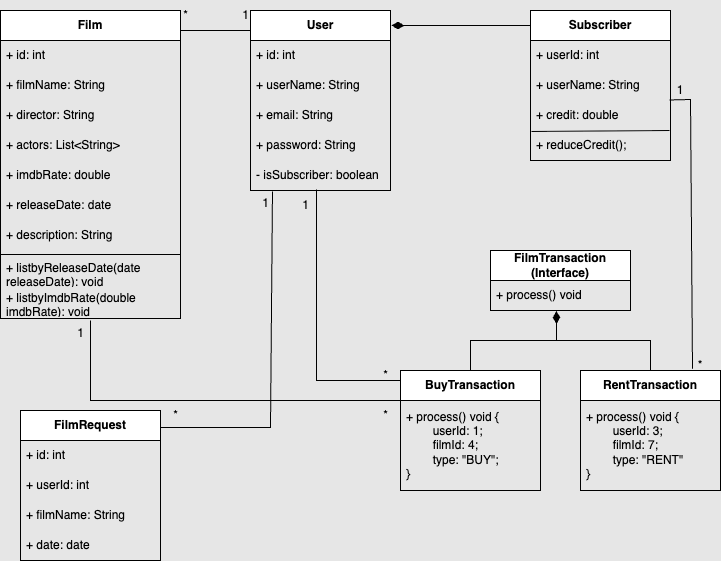
Earlier version of the draw.io export OnlineFilmService.drawio.png (Gundogduu/javaIntro2022). Source tidied: cells renumbered, new cells last; positions are measured from the earlier drawing's top-left corner, leaving out a move shared by most shapes. Source of this version:
```xml
<mxGraphModel background="#E6E6E6">
  <root>
    <mxCell id="0" />
    <mxCell id="1" parent="0" />
    <mxCell id="2" value="&lt;b&gt;User&lt;/b&gt;" style="swimlane;fontStyle=0;horizontal=1;startSize=30;whiteSpace=wrap;html=1;" parent="1" vertex="1">
      <mxGeometry x="250" y="10" width="140" height="180" as="geometry" />
    </mxCell>
    <mxCell id="3" value="+ id: int" style="text;strokeColor=none;fillColor=none;align=left;verticalAlign=middle;spacingLeft=4;spacingRight=4;overflow=hidden;whiteSpace=wrap;html=1;" parent="2" vertex="1">
      <mxGeometry y="30" width="140" height="30" as="geometry" />
    </mxCell>
    <mxCell id="4" value="+ userName: String" style="text;strokeColor=none;fillColor=none;align=left;verticalAlign=middle;spacingLeft=4;spacingRight=4;overflow=hidden;whiteSpace=wrap;html=1;" parent="2" vertex="1">
      <mxGeometry y="60" width="140" height="30" as="geometry" />
    </mxCell>
    <mxCell id="5" value="+ email: String" style="text;strokeColor=none;fillColor=none;align=left;verticalAlign=middle;spacingLeft=4;spacingRight=4;overflow=hidden;whiteSpace=wrap;html=1;" parent="2" vertex="1">
      <mxGeometry y="90" width="140" height="30" as="geometry" />
    </mxCell>
    <mxCell id="6" value="+ password: String" style="text;strokeColor=none;fillColor=none;align=left;verticalAlign=middle;spacingLeft=4;spacingRight=4;overflow=hidden;whiteSpace=wrap;html=1;" parent="2" vertex="1">
      <mxGeometry y="120" width="140" height="30" as="geometry" />
    </mxCell>
    <mxCell id="7" value="- isSubscriber: boolean" style="text;strokeColor=none;fillColor=none;align=left;verticalAlign=middle;spacingLeft=4;spacingRight=4;overflow=hidden;points=[[0,0.5],[1,0.5]];portConstraint=eastwest;whiteSpace=wrap;html=1;" parent="2" vertex="1">
      <mxGeometry y="150" width="140" height="30" as="geometry" />
    </mxCell>
    <mxCell id="8" value="&lt;b&gt;Subscriber&lt;/b&gt;" style="swimlane;fontStyle=0;horizontal=1;startSize=30;whiteSpace=wrap;html=1;" parent="1" vertex="1">
      <mxGeometry x="530" y="10" width="140" height="150" as="geometry" />
    </mxCell>
    <mxCell id="9" value="+ userId: int" style="text;strokeColor=none;fillColor=none;align=left;verticalAlign=middle;spacingLeft=4;spacingRight=4;overflow=hidden;whiteSpace=wrap;html=1;" parent="8" vertex="1">
      <mxGeometry y="30" width="140" height="30" as="geometry" />
    </mxCell>
    <mxCell id="10" value="+ userName: String" style="text;strokeColor=none;fillColor=none;align=left;verticalAlign=middle;spacingLeft=4;spacingRight=4;overflow=hidden;whiteSpace=wrap;html=1;" parent="8" vertex="1">
      <mxGeometry y="60" width="140" height="30" as="geometry" />
    </mxCell>
    <mxCell id="11" value="+ credit: double" style="text;strokeColor=none;fillColor=none;align=left;verticalAlign=middle;spacingLeft=4;spacingRight=4;overflow=hidden;points=[[0,0.5],[1,0.5]];portConstraint=eastwest;whiteSpace=wrap;html=1;" parent="8" vertex="1">
      <mxGeometry y="90" width="140" height="30" as="geometry" />
    </mxCell>
    <mxCell id="12" value="+ reduceCredit();" style="text;strokeColor=none;fillColor=none;align=left;verticalAlign=middle;spacingLeft=4;spacingRight=4;overflow=hidden;points=[[0,0.5],[1,0.5]];portConstraint=eastwest;whiteSpace=wrap;html=1;" parent="8" vertex="1">
      <mxGeometry y="120" width="140" height="30" as="geometry" />
    </mxCell>
    <mxCell id="13" style="edgeStyle=none;orthogonalLoop=1;jettySize=auto;html=1;rounded=0;entryX=0.993;entryY=0;entryDx=0;entryDy=0;entryPerimeter=0;exitX=0.007;exitY=0.033;exitDx=0;exitDy=0;exitPerimeter=0;endArrow=none;startFill=0;" parent="8" edge="1" source="12" target="12">
      <mxGeometry relative="1" as="geometry" />
    </mxCell>
    <mxCell id="14" style="edgeStyle=none;jettySize=auto;html=1;rounded=0;endArrow=none;startFill=1;startArrow=diamondThin;endSize=6;startSize=10;entryX=0;entryY=0.1;entryDx=0;entryDy=0;entryPerimeter=0;" parent="1" edge="1" target="8">
      <mxGeometry relative="1" as="geometry">
        <mxPoint x="391" y="25" as="sourcePoint" />
      </mxGeometry>
    </mxCell>
    <mxCell id="15" value="&lt;b&gt;Film&lt;/b&gt;" style="swimlane;fontStyle=0;horizontal=1;startSize=30;whiteSpace=wrap;html=1;" parent="1" vertex="1">
      <mxGeometry y="10" width="180" height="308" as="geometry" />
    </mxCell>
    <mxCell id="16" value="+ id: int" style="text;strokeColor=none;fillColor=none;align=left;verticalAlign=middle;spacingLeft=4;spacingRight=4;overflow=hidden;whiteSpace=wrap;html=1;" parent="15" vertex="1">
      <mxGeometry y="30" width="180" height="30" as="geometry" />
    </mxCell>
    <mxCell id="17" value="+ filmName: String" style="text;strokeColor=none;fillColor=none;align=left;verticalAlign=middle;spacingLeft=4;spacingRight=4;overflow=hidden;whiteSpace=wrap;html=1;" parent="15" vertex="1">
      <mxGeometry y="60" width="180" height="30" as="geometry" />
    </mxCell>
    <mxCell id="18" value="+ director: String" style="text;strokeColor=none;fillColor=none;align=left;verticalAlign=middle;spacingLeft=4;spacingRight=4;overflow=hidden;whiteSpace=wrap;html=1;" parent="15" vertex="1">
      <mxGeometry y="90" width="180" height="30" as="geometry" />
    </mxCell>
    <mxCell id="19" value="+ actors: List&amp;lt;String&amp;gt;" style="text;strokeColor=none;fillColor=none;align=left;verticalAlign=middle;spacingLeft=4;spacingRight=4;overflow=hidden;whiteSpace=wrap;html=1;" parent="15" vertex="1">
      <mxGeometry y="120" width="180" height="30" as="geometry" />
    </mxCell>
    <mxCell id="20" value="+ imdbRate: double" style="text;strokeColor=none;fillColor=none;align=left;verticalAlign=middle;spacingLeft=4;spacingRight=4;overflow=hidden;whiteSpace=wrap;html=1;" parent="15" vertex="1">
      <mxGeometry y="150" width="180" height="30" as="geometry" />
    </mxCell>
    <mxCell id="21" value="+ releaseDate: date" style="text;strokeColor=none;fillColor=none;align=left;verticalAlign=middle;spacingLeft=4;spacingRight=4;overflow=hidden;whiteSpace=wrap;html=1;" parent="15" vertex="1">
      <mxGeometry y="180" width="180" height="30" as="geometry" />
    </mxCell>
    <mxCell id="22" value="+ description: String" style="text;strokeColor=none;fillColor=none;align=left;verticalAlign=middle;spacingLeft=4;spacingRight=4;overflow=hidden;whiteSpace=wrap;html=1;" parent="15" vertex="1">
      <mxGeometry y="210" width="180" height="30" as="geometry" />
    </mxCell>
    <mxCell id="23" style="line;strokeWidth=1;fillColor=none;align=left;verticalAlign=middle;spacingTop=-1;spacingLeft=3;spacingRight=3;labelPosition=right;strokeColor=inherit;" parent="15" vertex="1">
      <mxGeometry y="240" width="180" height="8" as="geometry" />
    </mxCell>
    <mxCell id="24" value="+ listbyReleaseDate(date releaseDate): void" style="text;strokeColor=none;fillColor=none;align=left;verticalAlign=middle;spacingLeft=4;spacingRight=4;overflow=hidden;whiteSpace=wrap;html=1;" parent="15" vertex="1">
      <mxGeometry y="248" width="180" height="30" as="geometry" />
    </mxCell>
    <mxCell id="25" value="+ listbyImdbRate(double imdbRate): void" style="text;strokeColor=none;fillColor=none;align=left;verticalAlign=middle;spacingLeft=4;spacingRight=4;overflow=hidden;points=[[0,0.5],[1,0.5]];portConstraint=eastwest;whiteSpace=wrap;html=1;" parent="15" vertex="1">
      <mxGeometry y="278" width="180" height="30" as="geometry" />
    </mxCell>
    <mxCell id="26" style="edgeStyle=none;jettySize=auto;html=1;rounded=0;exitX=0.8;exitY=-0.015;exitDx=0;exitDy=0;entryX=0.993;entryY=-0.017;entryDx=0;entryDy=0;endArrow=none;startFill=0;entryPerimeter=0;exitPerimeter=0;" parent="1" edge="1" source="30" target="11">
      <mxGeometry relative="1" as="geometry">
        <Array as="points">
          <mxPoint x="690" y="99" />
        </Array>
      </mxGeometry>
    </mxCell>
    <mxCell id="27" value="1" style="text;html=1;align=center;verticalAlign=middle;whiteSpace=wrap;rounded=0;" parent="1" vertex="1">
      <mxGeometry x="670" y="80" width="20" height="20" as="geometry" />
    </mxCell>
    <mxCell id="28" value="&lt;b&gt;FilmTransaction (Interface)&lt;/b&gt;" style="swimlane;fontStyle=0;horizontal=1;startSize=30;whiteSpace=wrap;html=1;" parent="1" vertex="1">
      <mxGeometry x="490" y="250" width="140" height="60" as="geometry" />
    </mxCell>
    <mxCell id="29" value="+ process() void" style="text;strokeColor=none;fillColor=none;align=left;verticalAlign=middle;spacingLeft=4;spacingRight=4;overflow=hidden;points=[[0,0.5],[1,0.5]];portConstraint=eastwest;whiteSpace=wrap;html=1;" parent="28" vertex="1">
      <mxGeometry y="30" width="140" height="30" as="geometry" />
    </mxCell>
    <mxCell id="30" value="&lt;b&gt;RentTransaction&lt;/b&gt;" style="swimlane;fontStyle=0;horizontal=1;startSize=30;whiteSpace=wrap;html=1;" parent="1" vertex="1">
      <mxGeometry x="580" y="370" width="140" height="120" as="geometry" />
    </mxCell>
    <mxCell id="31" value="+ process() void {&lt;div&gt;&lt;span style=&quot;white-space: pre;&quot;&gt;&#9;&lt;/span&gt;userId: 3;&lt;/div&gt;&lt;div&gt;&lt;span style=&quot;white-space: pre;&quot;&gt;&#9;&lt;/span&gt;filmId: 7;&lt;br&gt;&lt;div&gt;&lt;span style=&quot;white-space: pre;&quot;&gt;&#9;&lt;/span&gt;type: &quot;RENT&quot;&lt;/div&gt;&lt;div&gt;}&lt;/div&gt;&lt;/div&gt;" style="text;strokeColor=none;fillColor=none;align=left;verticalAlign=middle;spacingLeft=4;spacingRight=4;overflow=hidden;whiteSpace=wrap;html=1;" parent="30" vertex="1">
      <mxGeometry y="30" width="140" height="90" as="geometry" />
    </mxCell>
    <mxCell id="32" value="&lt;b&gt;BuyTransaction&lt;/b&gt;" style="swimlane;fontStyle=0;horizontal=1;startSize=30;whiteSpace=wrap;html=1;" parent="1" vertex="1">
      <mxGeometry x="400" y="370" width="140" height="120" as="geometry" />
    </mxCell>
    <mxCell id="33" value="+ process() void {&lt;div&gt;&lt;span style=&quot;white-space: pre;&quot;&gt;&#9;&lt;/span&gt;userId: 1;&lt;/div&gt;&lt;div&gt;&lt;span style=&quot;white-space: pre;&quot;&gt;&#9;&lt;/span&gt;filmId: 4;&lt;br&gt;&lt;/div&gt;&lt;div&gt;&lt;span style=&quot;white-space: pre;&quot;&gt;&#9;&lt;/span&gt;type: &quot;BUY&quot;;&lt;/div&gt;&lt;div&gt;}&lt;/div&gt;" style="text;strokeColor=none;fillColor=none;align=left;verticalAlign=middle;spacingLeft=4;spacingRight=4;overflow=hidden;whiteSpace=wrap;html=1;" parent="32" vertex="1">
      <mxGeometry y="30" width="140" height="90" as="geometry" />
    </mxCell>
    <mxCell id="34" style="edgeStyle=none;jettySize=auto;html=1;rounded=0;entryX=0.471;entryY=1.017;entryDx=0;entryDy=0;entryPerimeter=0;endArrow=diamondThin;endFill=1;endSize=10;exitX=0.5;exitY=0;exitDx=0;exitDy=0;" parent="1" edge="1" source="32" target="29">
      <mxGeometry relative="1" as="geometry">
        <Array as="points">
          <mxPoint x="470" y="340" />
          <mxPoint x="520" y="340" />
          <mxPoint x="556" y="340" />
        </Array>
      </mxGeometry>
    </mxCell>
    <mxCell id="35" style="edgeStyle=none;jettySize=auto;html=1;rounded=0;exitX=0.5;exitY=0;exitDx=0;exitDy=0;endArrow=none;startFill=0;" parent="1" edge="1" source="30">
      <mxGeometry relative="1" as="geometry">
        <mxPoint x="550" y="340" as="targetPoint" />
        <Array as="points">
          <mxPoint x="650" y="340" />
        </Array>
      </mxGeometry>
    </mxCell>
    <mxCell id="36" value="1" style="text;html=1;align=center;verticalAlign=middle;strokeColor=none;fillColor=none;" parent="1" vertex="1">
      <mxGeometry x="290" y="190" width="30" height="30" as="geometry" />
    </mxCell>
    <mxCell id="37" style="edgeStyle=none;orthogonalLoop=1;jettySize=auto;html=1;rounded=0;endArrow=none;startFill=0;" parent="1" edge="1">
      <mxGeometry relative="1" as="geometry">
        <mxPoint x="180" y="30" as="sourcePoint" />
        <mxPoint x="250" y="30" as="targetPoint" />
      </mxGeometry>
    </mxCell>
    <mxCell id="38" value="*" style="text;html=1;align=center;verticalAlign=middle;strokeColor=none;fillColor=none;" parent="1" vertex="1">
      <mxGeometry x="170" width="30" height="30" as="geometry" />
    </mxCell>
    <mxCell id="39" value="1" style="text;html=1;align=center;verticalAlign=middle;strokeColor=none;fillColor=none;" parent="1" vertex="1">
      <mxGeometry x="230" width="30" height="30" as="geometry" />
    </mxCell>
    <mxCell id="40" style="edgeStyle=none;jettySize=auto;html=1;rounded=0;exitX=0.5;exitY=1.067;exitDx=0;exitDy=0;exitPerimeter=0;entryX=0;entryY=0.25;entryDx=0;entryDy=0;endArrow=none;startFill=0;" parent="1" edge="1" source="25" target="32">
      <mxGeometry relative="1" as="geometry">
        <Array as="points">
          <mxPoint x="90" y="383" />
          <mxPoint x="90" y="400" />
        </Array>
      </mxGeometry>
    </mxCell>
    <mxCell id="41" value="1" style="text;html=1;align=center;verticalAlign=middle;strokeColor=none;fillColor=none;" parent="1" vertex="1">
      <mxGeometry x="65" y="318" width="30" height="30" as="geometry" />
    </mxCell>
    <mxCell id="42" value="*" style="text;html=1;align=center;verticalAlign=middle;points=[];strokeColor=none;fillColor=none;" parent="1" vertex="1">
      <mxGeometry x="370" y="400" width="30" height="30" as="geometry" />
    </mxCell>
    <mxCell id="43" value="*" style="text;html=1;align=center;verticalAlign=middle;whiteSpace=wrap;rounded=0;" parent="1" vertex="1">
      <mxGeometry x="690" y="360" width="20" height="10" as="geometry" />
    </mxCell>
    <mxCell id="44" style="edgeStyle=none;orthogonalLoop=1;jettySize=auto;html=1;rounded=0;endArrow=none;startFill=0;" parent="1" edge="1">
      <mxGeometry relative="1" as="geometry">
        <mxPoint x="316" y="189" as="sourcePoint" />
        <mxPoint x="400" y="380" as="targetPoint" />
        <Array as="points">
          <mxPoint x="316" y="380" />
        </Array>
      </mxGeometry>
    </mxCell>
    <mxCell id="45" value="*" style="text;html=1;align=center;verticalAlign=middle;strokeColor=none;fillColor=none;" parent="1" vertex="1">
      <mxGeometry x="370" y="360" width="30" height="30" as="geometry" />
    </mxCell>
    <mxCell id="46" value="&lt;b&gt;FilmRequest&lt;/b&gt;" style="swimlane;fontStyle=0;horizontal=1;startSize=30;whiteSpace=wrap;html=1;" parent="1" vertex="1">
      <mxGeometry x="20" y="410" width="140" height="150" as="geometry" />
    </mxCell>
    <mxCell id="47" value="+ id: int" style="text;strokeColor=none;fillColor=none;align=left;verticalAlign=middle;spacingLeft=4;spacingRight=4;overflow=hidden;whiteSpace=wrap;html=1;" parent="46" vertex="1">
      <mxGeometry y="30" width="140" height="30" as="geometry" />
    </mxCell>
    <mxCell id="48" value="+ userId: int" style="text;strokeColor=none;fillColor=none;align=left;verticalAlign=middle;spacingLeft=4;spacingRight=4;overflow=hidden;whiteSpace=wrap;html=1;" parent="46" vertex="1">
      <mxGeometry y="60" width="140" height="30" as="geometry" />
    </mxCell>
    <mxCell id="49" value="+ filmName: String" style="text;strokeColor=none;fillColor=none;align=left;verticalAlign=middle;spacingLeft=4;spacingRight=4;overflow=hidden;whiteSpace=wrap;html=1;" parent="46" vertex="1">
      <mxGeometry y="90" width="140" height="30" as="geometry" />
    </mxCell>
    <mxCell id="50" value="+ date: date" style="text;strokeColor=none;fillColor=none;align=left;verticalAlign=middle;spacingLeft=4;spacingRight=4;overflow=hidden;whiteSpace=wrap;html=1;" parent="46" vertex="1">
      <mxGeometry y="120" width="140" height="30" as="geometry" />
    </mxCell>
    <mxCell id="51" style="edgeStyle=none;jettySize=auto;html=1;rounded=0;exitX=0.157;exitY=1.033;exitDx=0;exitDy=0;exitPerimeter=0;endArrow=none;startFill=0;" parent="1" edge="1" source="7">
      <mxGeometry relative="1" as="geometry">
        <mxPoint x="160" y="427" as="targetPoint" />
        <Array as="points">
          <mxPoint x="270" y="427" />
        </Array>
      </mxGeometry>
    </mxCell>
    <mxCell id="52" value="1" style="text;html=1;align=center;verticalAlign=middle;strokeColor=none;fillColor=none;" parent="1" vertex="1">
      <mxGeometry x="250" y="188" width="30" height="30" as="geometry" />
    </mxCell>
    <mxCell id="53" value="*" style="text;html=1;align=center;verticalAlign=middle;strokeColor=none;fillColor=none;" parent="1" vertex="1">
      <mxGeometry x="160" y="400" width="30" height="30" as="geometry" />
    </mxCell>
  </root>
</mxGraphModel>
```
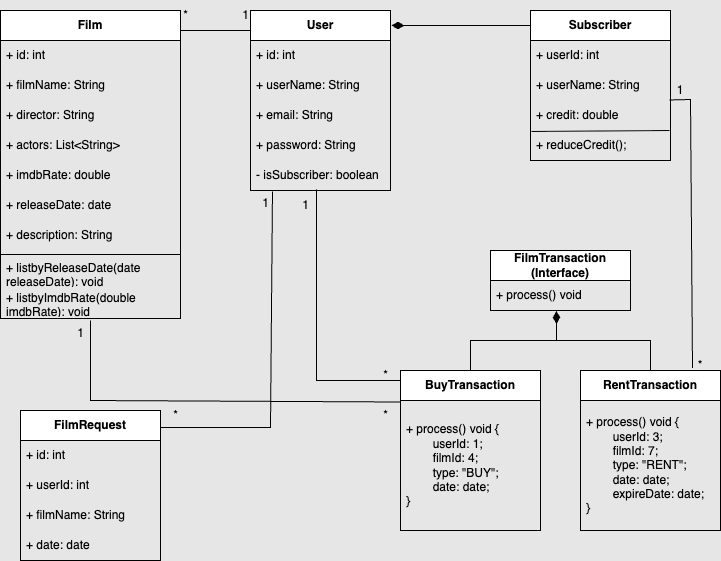
The same diagram one commit later.

Change to the diagram source:
```diff
@@ -93,16 +93,16 @@
       <mxGeometry y="30" width="140" height="30" as="geometry" />
     </mxCell>
     <mxCell id="30" value="&lt;b&gt;RentTransaction&lt;/b&gt;" style="swimlane;fontStyle=0;horizontal=1;startSize=30;whiteSpace=wrap;html=1;" parent="1" vertex="1">
-      <mxGeometry x="580" y="370" width="140" height="120" as="geometry" />
+      <mxGeometry x="580" y="370" width="140" height="160" as="geometry" />
     </mxCell>
-    <mxCell id="31" value="+ process() void {&lt;div&gt;&lt;span style=&quot;white-space: pre;&quot;&gt;&#9;&lt;/span&gt;userId: 3;&lt;/div&gt;&lt;div&gt;&lt;span style=&quot;white-space: pre;&quot;&gt;&#9;&lt;/span&gt;filmId: 7;&lt;br&gt;&lt;div&gt;&lt;span style=&quot;white-space: pre;&quot;&gt;&#9;&lt;/span&gt;type: &quot;RENT&quot;&lt;/div&gt;&lt;div&gt;}&lt;/div&gt;&lt;/div&gt;" style="text;strokeColor=none;fillColor=none;align=left;verticalAlign=middle;spacingLeft=4;spacingRight=4;overflow=hidden;whiteSpace=wrap;html=1;" parent="30" vertex="1">
-      <mxGeometry y="30" width="140" height="90" as="geometry" />
+    <mxCell id="31" value="+ process() void {&lt;div&gt;&lt;span style=&quot;white-space: pre;&quot;&gt;&#9;&lt;/span&gt;userId: 3;&lt;/div&gt;&lt;div&gt;&lt;span style=&quot;white-space: pre;&quot;&gt;&#9;&lt;/span&gt;filmId: 7;&lt;br&gt;&lt;div&gt;&lt;span style=&quot;white-space: pre;&quot;&gt;&#9;&lt;/span&gt;type: &quot;RENT&quot;;&lt;/div&gt;&lt;div&gt;&lt;span style=&quot;white-space: pre;&quot;&gt;&lt;span style=&quot;white-space: pre;&quot;&gt;&#9;&lt;/span&gt;date: date;&#9;&lt;/span&gt;&lt;/div&gt;&lt;div&gt;&lt;span style=&quot;background-color: transparent; color: light-dark(rgb(0, 0, 0), rgb(255, 255, 255));&quot;&gt;&lt;span style=&quot;white-space: pre;&quot;&gt;&#9;&lt;/span&gt;expireDate: date;&lt;/span&gt;&lt;/div&gt;&lt;div&gt;}&lt;/div&gt;&lt;/div&gt;" style="text;strokeColor=none;fillColor=none;align=left;verticalAlign=middle;spacingLeft=4;spacingRight=4;overflow=hidden;whiteSpace=wrap;html=1;" parent="30" vertex="1">
+      <mxGeometry y="30" width="140" height="130" as="geometry" />
     </mxCell>
     <mxCell id="32" value="&lt;b&gt;BuyTransaction&lt;/b&gt;" style="swimlane;fontStyle=0;horizontal=1;startSize=30;whiteSpace=wrap;html=1;" parent="1" vertex="1">
-      <mxGeometry x="400" y="370" width="140" height="120" as="geometry" />
+      <mxGeometry x="400" y="370" width="140" height="160" as="geometry" />
     </mxCell>
-    <mxCell id="33" value="+ process() void {&lt;div&gt;&lt;span style=&quot;white-space: pre;&quot;&gt;&#9;&lt;/span&gt;userId: 1;&lt;/div&gt;&lt;div&gt;&lt;span style=&quot;white-space: pre;&quot;&gt;&#9;&lt;/span&gt;filmId: 4;&lt;br&gt;&lt;/div&gt;&lt;div&gt;&lt;span style=&quot;white-space: pre;&quot;&gt;&#9;&lt;/span&gt;type: &quot;BUY&quot;;&lt;/div&gt;&lt;div&gt;}&lt;/div&gt;" style="text;strokeColor=none;fillColor=none;align=left;verticalAlign=middle;spacingLeft=4;spacingRight=4;overflow=hidden;whiteSpace=wrap;html=1;" parent="32" vertex="1">
-      <mxGeometry y="30" width="140" height="90" as="geometry" />
+    <mxCell id="33" value="+ process() void {&lt;div&gt;&lt;span style=&quot;white-space: pre;&quot;&gt;&#9;&lt;/span&gt;userId: 1;&lt;/div&gt;&lt;div&gt;&lt;span style=&quot;white-space: pre;&quot;&gt;&#9;&lt;/span&gt;filmId: 4;&lt;br&gt;&lt;/div&gt;&lt;div&gt;&lt;span style=&quot;white-space: pre;&quot;&gt;&#9;&lt;/span&gt;type: &quot;BUY&quot;;&lt;/div&gt;&lt;div&gt;&lt;span style=&quot;white-space: pre;&quot;&gt;&#9;&lt;/span&gt;date: date;&lt;br&gt;&lt;/div&gt;&lt;div&gt;}&lt;/div&gt;" style="text;strokeColor=none;fillColor=none;align=left;verticalAlign=middle;spacingLeft=4;spacingRight=4;overflow=hidden;whiteSpace=wrap;html=1;" parent="32" vertex="1">
+      <mxGeometry y="30" width="140" height="130" as="geometry" />
     </mxCell>
     <mxCell id="34" style="edgeStyle=none;jettySize=auto;html=1;rounded=0;entryX=0.471;entryY=1.017;entryDx=0;entryDy=0;entryPerimeter=0;endArrow=diamondThin;endFill=1;endSize=10;exitX=0.5;exitY=0;exitDx=0;exitDy=0;" parent="1" edge="1" source="32" target="29">
       <mxGeometry relative="1" as="geometry">
@@ -136,7 +136,7 @@
     <mxCell id="39" value="1" style="text;html=1;align=center;verticalAlign=middle;strokeColor=none;fillColor=none;" parent="1" vertex="1">
       <mxGeometry x="230" width="30" height="30" as="geometry" />
     </mxCell>
-    <mxCell id="40" style="edgeStyle=none;jettySize=auto;html=1;rounded=0;exitX=0.5;exitY=1.067;exitDx=0;exitDy=0;exitPerimeter=0;entryX=0;entryY=0.25;entryDx=0;entryDy=0;endArrow=none;startFill=0;" parent="1" edge="1" source="25" target="32">
+    <mxCell id="40" style="edgeStyle=none;jettySize=auto;html=1;rounded=0;exitX=0.5;exitY=1.067;exitDx=0;exitDy=0;exitPerimeter=0;entryX=1;entryY=0.05;entryDx=0;entryDy=0;endArrow=none;startFill=0;entryPerimeter=0;" parent="1" edge="1" source="25" target="42">
       <mxGeometry relative="1" as="geometry">
         <Array as="points">
           <mxPoint x="90" y="383" />
```
